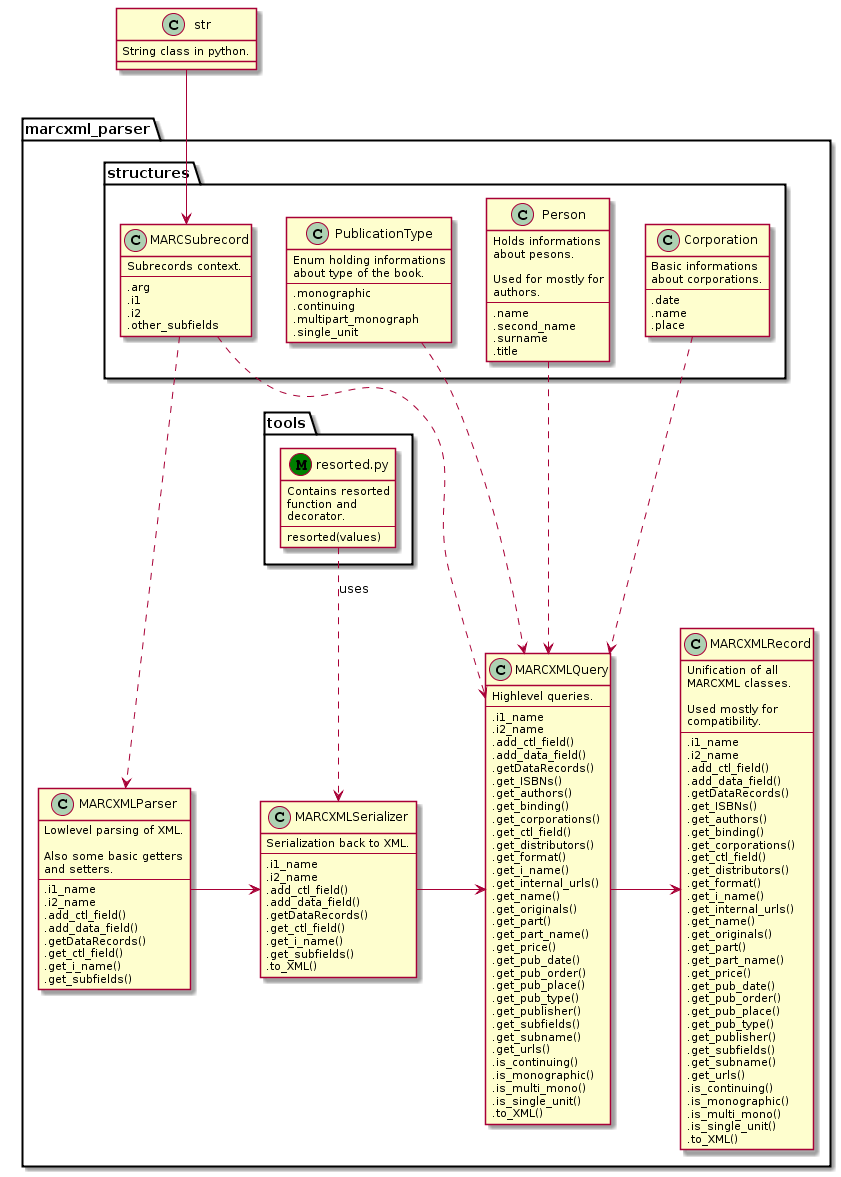
edeposit/marcxml_parser keeps this PlantUML diagram as docs/_static/class_relations.png. Above is the earlier version.
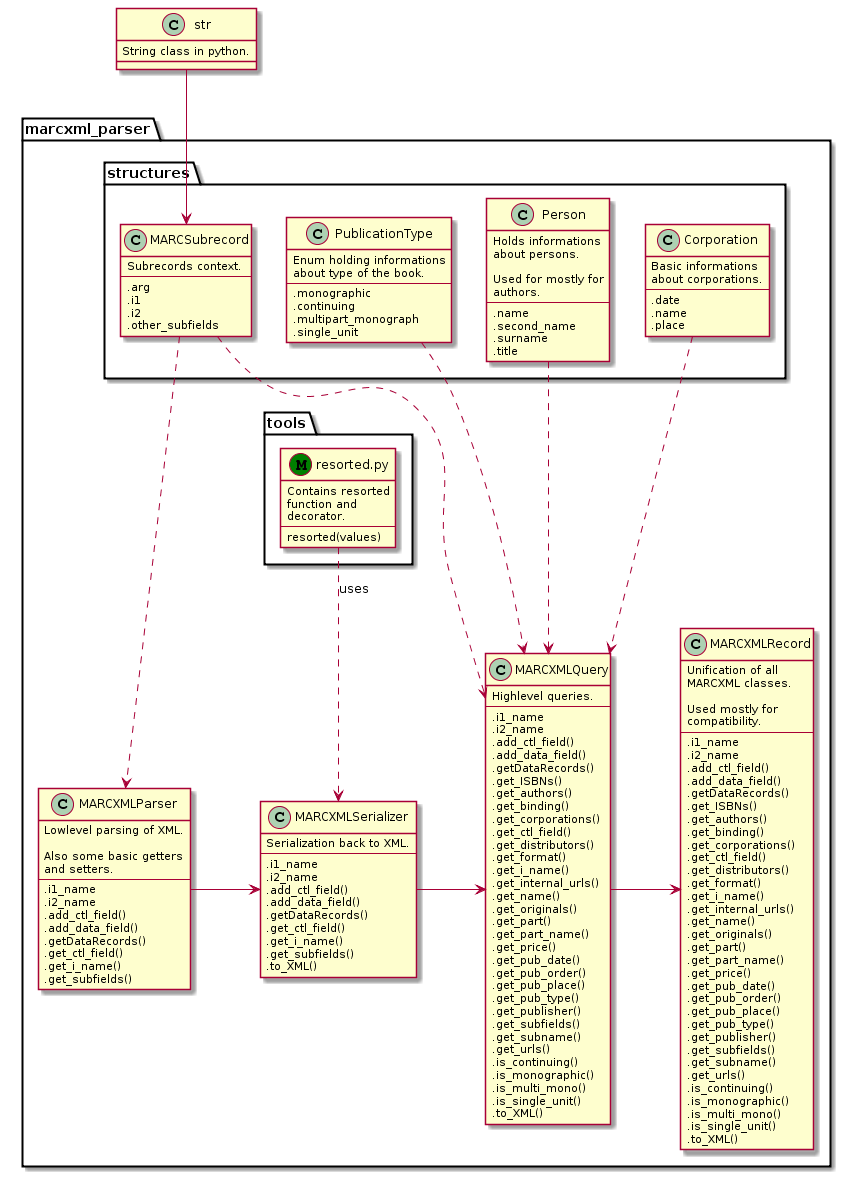
The same file after the commit.

The edit, as a diff of the source:
```diff
@@ -7,7 +7,7 @@
     package structures {
         class Person {
             Holds informations
-            about pesons.
+            about persons.
 
             Used for mostly for
             authors.
```
